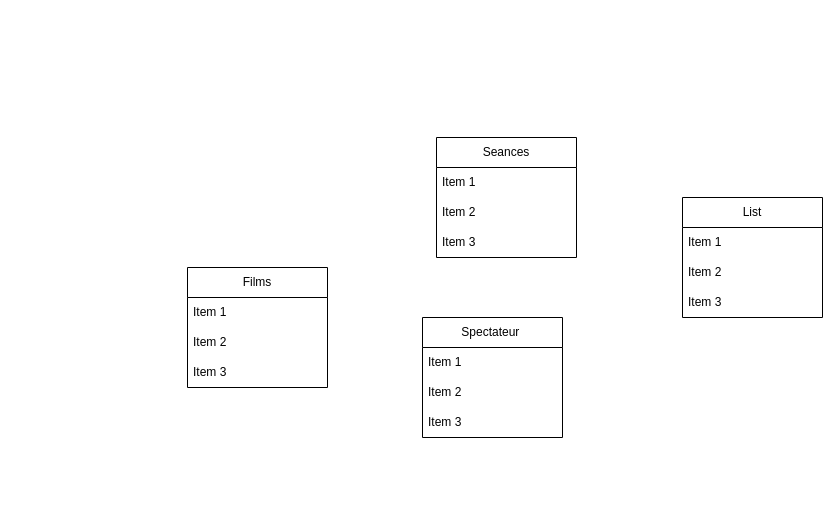
Before: Diagramme sans nom.drawio in gdiaby2403/repo1, a draw.io diagram. Source tidied: cells renumbered, new cells numbered last; positions are measured from the earlier drawing's top-left corner, leaving out a move shared by most shapes. Both pictures are drawn from the tidied source at 100%, with x=0, y=0 at pixel (187, 137).
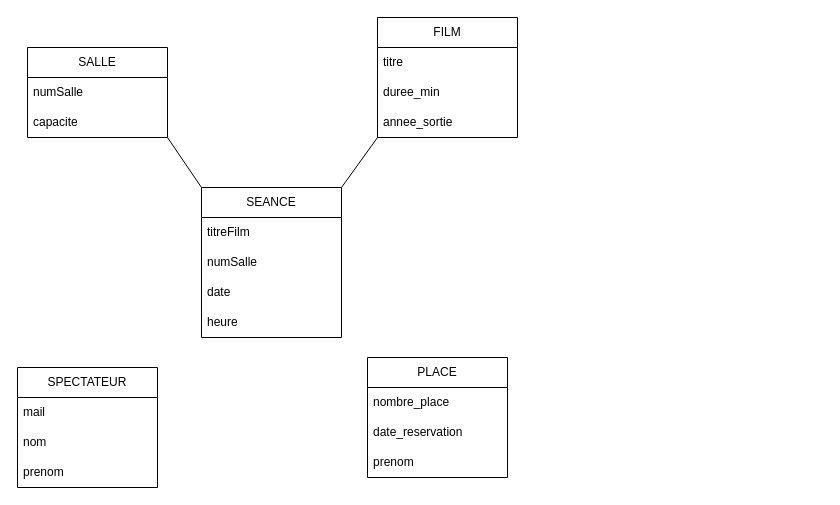
The same diagram, later.

The edit, as a diff of the source:
```diff
@@
-    <mxCell id="2" value="Films" style="swimlane;fontStyle=0;horizontal=1;startSize=30;whiteSpace=wrap;html=1;" parent="1" vertex="1">
-      <mxGeometry y="130" width="140" height="120" as="geometry" />
+    <mxCell id="2" value="FILM" style="swimlane;fontStyle=0;horizontal=1;startSize=30;whiteSpace=wrap;html=1;" parent="1" vertex="1">
+      <mxGeometry x="190" y="-120" width="140" height="120" as="geometry" />
     </mxCell>
-    <mxCell id="3" value="Item 1" style="text;strokeColor=none;fillColor=none;align=left;verticalAlign=middle;spacingLeft=4;spacingRight=4;overflow=hidden;whiteSpace=wrap;html=1;" parent="2" vertex="1">
+    <mxCell id="3" value="titre" style="text;strokeColor=none;fillColor=none;align=left;verticalAlign=middle;spacingLeft=4;spacingRight=4;overflow=hidden;whiteSpace=wrap;html=1;" parent="2" vertex="1">
       <mxGeometry y="30" width="140" height="30" as="geometry" />
     </mxCell>
-    <mxCell id="4" value="Item 2" style="text;strokeColor=none;fillColor=none;align=left;verticalAlign=middle;spacingLeft=4;spacingRight=4;overflow=hidden;whiteSpace=wrap;html=1;" parent="2" vertex="1">
+    <mxCell id="4" value="duree_min" style="text;strokeColor=none;fillColor=none;align=left;verticalAlign=middle;spacingLeft=4;spacingRight=4;overflow=hidden;whiteSpace=wrap;html=1;" parent="2" vertex="1">
       <mxGeometry y="60" width="140" height="30" as="geometry" />
     </mxCell>
-    <mxCell id="5" value="Item 3" style="text;strokeColor=none;fillColor=none;align=left;verticalAlign=middle;spacingLeft=4;spacingRight=4;overflow=hidden;whiteSpace=wrap;html=1;" parent="2" vertex="1">
+    <mxCell id="5" value="annee_sortie" style="text;strokeColor=none;fillColor=none;align=left;verticalAlign=middle;spacingLeft=4;spacingRight=4;overflow=hidden;whiteSpace=wrap;html=1;" parent="2" vertex="1">
       <mxGeometry y="90" width="140" height="30" as="geometry" />
     </mxCell>
-    <mxCell id="6" value="Spectateur&amp;nbsp;" style="swimlane;fontStyle=0;horizontal=1;startSize=30;whiteSpace=wrap;html=1;" parent="1" vertex="1">
-      <mxGeometry x="235" y="180" width="140" height="120" as="geometry" />
+    <mxCell id="6" value="SPECTATEUR" style="swimlane;fontStyle=0;horizontal=1;startSize=30;whiteSpace=wrap;html=1;" parent="1" vertex="1">
+      <mxGeometry x="-170" y="230" width="140" height="120" as="geometry" />
     </mxCell>
+    <mxCell id="9" value="mail" style="text;strokeColor=none;fillColor=none;align=left;verticalAlign=middle;spacingLeft=4;spacingRight=4;overflow=hidden;whiteSpace=wrap;html=1;" parent="6" vertex="1">
+      <mxGeometry y="30" width="140" height="30" as="geometry" />
+    </mxCell>
-    <mxCell id="7" value="Item 1" style="text;strokeColor=none;fillColor=none;align=left;verticalAlign=middle;spacingLeft=4;spacingRight=4;overflow=hidden;whiteSpace=wrap;html=1;" parent="6" vertex="1">
-      <mxGeometry y="30" width="140" height="30" as="geometry" />
+    <mxCell id="7" value="nom&lt;span style=&quot;white-space: pre;&quot;&gt;&#9;&lt;/span&gt;" style="text;strokeColor=none;fillColor=none;align=left;verticalAlign=middle;spacingLeft=4;spacingRight=4;overflow=hidden;whiteSpace=wrap;html=1;" parent="6" vertex="1">
+      <mxGeometry y="60" width="140" height="30" as="geometry" />
     </mxCell>
-    <mxCell id="8" value="Item 2" style="text;strokeColor=none;fillColor=none;align=left;verticalAlign=middle;spacingLeft=4;spacingRight=4;overflow=hidden;whiteSpace=wrap;html=1;" parent="6" vertex="1">
-      <mxGeometry y="60" width="140" height="30" as="geometry" />
+    <mxCell id="8" value="prenom" style="text;strokeColor=none;fillColor=none;align=left;verticalAlign=middle;spacingLeft=4;spacingRight=4;overflow=hidden;whiteSpace=wrap;html=1;" parent="6" vertex="1">
+      <mxGeometry y="90" width="140" height="30" as="geometry" />
     </mxCell>
-    <mxCell id="9" value="Item 3" style="text;strokeColor=none;fillColor=none;align=left;verticalAlign=middle;spacingLeft=4;spacingRight=4;overflow=hidden;whiteSpace=wrap;html=1;" parent="6" vertex="1">
-      <mxGeometry y="90" width="140" height="30" as="geometry" />
-    </mxCell>
-    <mxCell id="10" value="List" style="swimlane;fontStyle=0;horizontal=1;startSize=30;whiteSpace=wrap;html=1;" parent="1" vertex="1">
-      <mxGeometry x="495" y="60" width="140" height="120" as="geometry" />
+    <mxCell id="10" value="SALLE" style="swimlane;fontStyle=0;horizontal=1;startSize=30;whiteSpace=wrap;html=1;" parent="1" vertex="1">
+      <mxGeometry x="-160" y="-90" width="140" height="90" as="geometry" />
     </mxCell>
-    <mxCell id="11" value="Item 1" style="text;strokeColor=none;fillColor=none;align=left;verticalAlign=middle;spacingLeft=4;spacingRight=4;overflow=hidden;whiteSpace=wrap;html=1;" parent="10" vertex="1">
+    <mxCell id="11" value="numSalle" style="text;strokeColor=none;fillColor=none;align=left;verticalAlign=middle;spacingLeft=4;spacingRight=4;overflow=hidden;whiteSpace=wrap;html=1;" parent="10" vertex="1">
       <mxGeometry y="30" width="140" height="30" as="geometry" />
     </mxCell>
-    <mxCell id="12" value="Item 2" style="text;strokeColor=none;fillColor=none;align=left;verticalAlign=middle;spacingLeft=4;spacingRight=4;overflow=hidden;whiteSpace=wrap;html=1;" parent="10" vertex="1">
+    <mxCell id="12" value="capacite" style="text;strokeColor=none;fillColor=none;align=left;verticalAlign=middle;spacingLeft=4;spacingRight=4;overflow=hidden;whiteSpace=wrap;html=1;" parent="10" vertex="1">
       <mxGeometry y="60" width="140" height="30" as="geometry" />
     </mxCell>
-    <mxCell id="13" value="Item 3" style="text;strokeColor=none;fillColor=none;align=left;verticalAlign=middle;spacingLeft=4;spacingRight=4;overflow=hidden;whiteSpace=wrap;html=1;" parent="10" vertex="1">
-      <mxGeometry y="90" width="140" height="30" as="geometry" />
-    </mxCell>
+    <mxCell id="18" style="shape=wire;rounded=0;jettySize=auto;elbow=vertical;html=1;exitX=0;exitY=0;exitDx=0;exitDy=0;entryX=1;entryY=1;entryDx=0;entryDy=0;dashed=1;endArrow=none;endFill=0;" parent="1" edge="1" source="14" target="10">
+      <mxGeometry relative="1" as="geometry" />
+    </mxCell>
+    <mxCell id="19" style="shape=wire;rounded=0;jettySize=auto;elbow=vertical;html=1;exitX=1;exitY=0;exitDx=0;exitDy=0;entryX=0;entryY=1;entryDx=0;entryDy=0;dashed=1;endArrow=none;endFill=0;" parent="1" edge="1" source="14" target="2">
+      <mxGeometry relative="1" as="geometry" />
+    </mxCell>
-    <mxCell id="14" value="Seances" style="swimlane;fontStyle=0;horizontal=1;startSize=30;whiteSpace=wrap;html=1;" parent="1" vertex="1">
-      <mxGeometry x="249" width="140" height="120" as="geometry" />
+    <mxCell id="14" value="SEANCE" style="swimlane;fontStyle=0;horizontal=1;startSize=30;whiteSpace=wrap;html=1;" parent="1" vertex="1">
+      <mxGeometry x="14" y="50" width="140" height="150" as="geometry" />
     </mxCell>
-    <mxCell id="15" value="Item 1" style="text;strokeColor=none;fillColor=none;align=left;verticalAlign=middle;spacingLeft=4;spacingRight=4;overflow=hidden;whiteSpace=wrap;html=1;" parent="14" vertex="1">
+    <mxCell id="15" value="titreFilm" style="text;strokeColor=none;fillColor=none;align=left;verticalAlign=middle;spacingLeft=4;spacingRight=4;overflow=hidden;whiteSpace=wrap;html=1;" parent="14" vertex="1">
       <mxGeometry y="30" width="140" height="30" as="geometry" />
     </mxCell>
-    <mxCell id="16" value="Item 2" style="text;strokeColor=none;fillColor=none;align=left;verticalAlign=middle;spacingLeft=4;spacingRight=4;overflow=hidden;whiteSpace=wrap;html=1;" parent="14" vertex="1">
+    <mxCell id="16" value="numSalle" style="text;strokeColor=none;fillColor=none;align=left;verticalAlign=middle;spacingLeft=4;spacingRight=4;overflow=hidden;whiteSpace=wrap;html=1;" parent="14" vertex="1">
       <mxGeometry y="60" width="140" height="30" as="geometry" />
     </mxCell>
+    <mxCell id="20" value="date" style="text;strokeColor=none;fillColor=none;align=left;verticalAlign=middle;spacingLeft=4;spacingRight=4;overflow=hidden;whiteSpace=wrap;html=1;" parent="14" vertex="1">
+      <mxGeometry y="90" width="140" height="30" as="geometry" />
+    </mxCell>
-    <mxCell id="17" value="Item 3" style="text;strokeColor=none;fillColor=none;align=left;verticalAlign=middle;spacingLeft=4;spacingRight=4;overflow=hidden;whiteSpace=wrap;html=1;" parent="14" vertex="1">
-      <mxGeometry y="90" width="140" height="30" as="geometry" />
+    <mxCell id="17" value="heure" style="text;strokeColor=none;fillColor=none;align=left;verticalAlign=middle;spacingLeft=4;spacingRight=4;overflow=hidden;whiteSpace=wrap;html=1;" parent="14" vertex="1">
+      <mxGeometry y="120" width="140" height="30" as="geometry" />
     </mxCell>
+    <mxCell id="21" value="PLACE" style="swimlane;fontStyle=0;horizontal=1;startSize=30;whiteSpace=wrap;html=1;" parent="1" vertex="1">
+      <mxGeometry x="180" y="220" width="140" height="120" as="geometry" />
+    </mxCell>
+    <mxCell id="22" value="nombre_place" style="text;strokeColor=none;fillColor=none;align=left;verticalAlign=middle;spacingLeft=4;spacingRight=4;overflow=hidden;whiteSpace=wrap;html=1;" parent="21" vertex="1">
+      <mxGeometry y="30" width="140" height="30" as="geometry" />
+    </mxCell>
+    <mxCell id="23" value="date_reservation" style="text;strokeColor=none;fillColor=none;align=left;verticalAlign=middle;spacingLeft=4;spacingRight=4;overflow=hidden;whiteSpace=wrap;html=1;" parent="21" vertex="1">
+      <mxGeometry y="60" width="140" height="30" as="geometry" />
+    </mxCell>
+    <mxCell id="24" value="prenom" style="text;strokeColor=none;fillColor=none;align=left;verticalAlign=middle;spacingLeft=4;spacingRight=4;overflow=hidden;whiteSpace=wrap;html=1;" parent="21" vertex="1">
+      <mxGeometry y="90" width="140" height="30" as="geometry" />
+    </mxCell>
```
